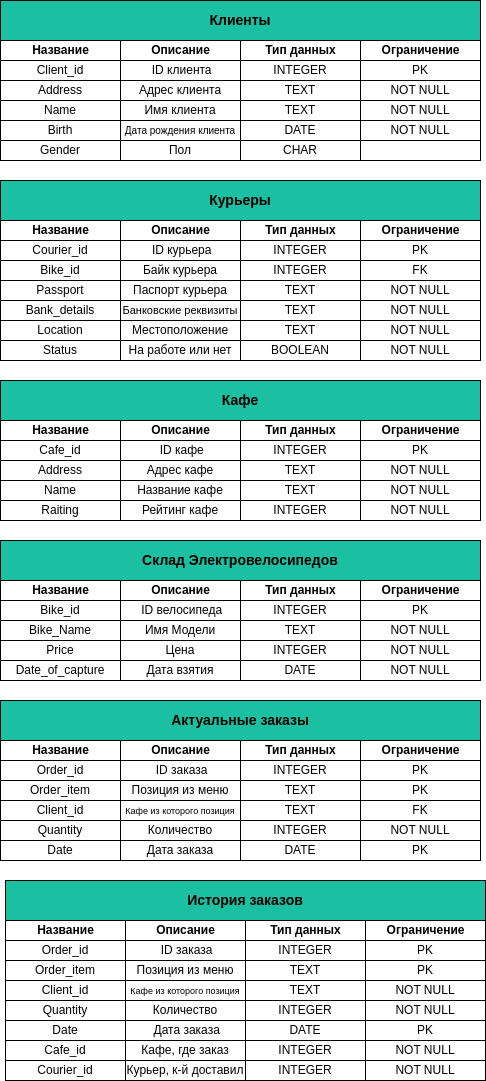
The draw.io diagram Delivery_DB_Project/Physic_Model/Physic_Model.png in fl4cko11/Data_Bases_MIPT, before a commit. Source tidied: cells renumbered, new cells last; positions are measured from the earlier drawing's top-left corner, leaving out a move shared by most shapes.
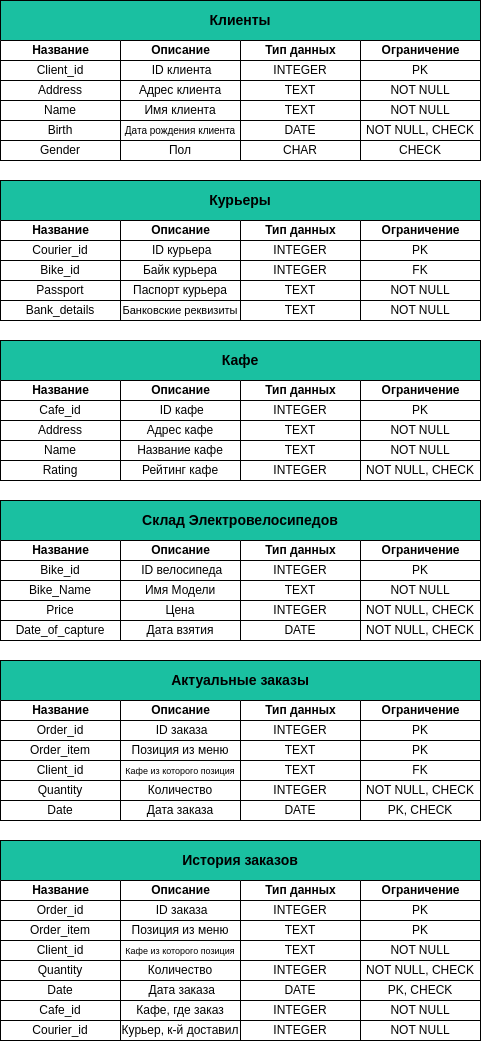
The same diagram one commit later.

The edit, as a diff of the source:
```diff
@@ -14,10 +14,10 @@
     <mxCell id="5" value="NOT NULL" style="html=1;whiteSpace=wrap;" parent="2" vertex="1">
       <mxGeometry y="60" width="120" height="20" as="geometry" />
     </mxCell>
-    <mxCell id="6" value="NOT NULL" style="html=1;whiteSpace=wrap;" parent="2" vertex="1">
+    <mxCell id="6" value="NOT NULL, CHECK" style="html=1;whiteSpace=wrap;" parent="2" vertex="1">
       <mxGeometry y="80" width="120" height="20" as="geometry" />
     </mxCell>
-    <mxCell id="7" style="html=1;whiteSpace=wrap;" parent="2" vertex="1">
+    <mxCell id="7" value="CHECK" style="html=1;whiteSpace=wrap;" parent="2" vertex="1">
       <mxGeometry y="100" width="120" height="20" as="geometry" />
     </mxCell>
     <mxCell id="8" value="&lt;b&gt;&lt;font style=&quot;font-size: 14px;&quot;&gt;Клиенты&lt;/font&gt;&lt;/b&gt;" style="html=1;whiteSpace=wrap;fillColor=#1AC0A1;" parent="1" vertex="1">
@@ -78,7 +78,7 @@
       <mxGeometry y="100" width="120" height="20" as="geometry" />
     </mxCell>
     <mxCell id="27" value="Ограничение" style="swimlane;startSize=20;html=1;" parent="1" vertex="1">
-      <mxGeometry x="360" y="220" width="120" height="140" as="geometry" />
+      <mxGeometry x="360" y="220" width="120" height="100" as="geometry" />
     </mxCell>
     <mxCell id="28" value="PK" style="html=1;whiteSpace=wrap;" parent="27" vertex="1">
       <mxGeometry y="20" width="120" height="20" as="geometry" />
@@ -92,17 +92,11 @@
     <mxCell id="31" value="NOT NULL" style="html=1;whiteSpace=wrap;" parent="27" vertex="1">
       <mxGeometry y="80" width="120" height="20" as="geometry" />
     </mxCell>
-    <mxCell id="32" value="NOT NULL" style="html=1;whiteSpace=wrap;" parent="27" vertex="1">
-      <mxGeometry y="100" width="120" height="20" as="geometry" />
-    </mxCell>
-    <mxCell id="33" value="NOT NULL" style="html=1;whiteSpace=wrap;" parent="27" vertex="1">
-      <mxGeometry y="120" width="120" height="20" as="geometry" />
-    </mxCell>
     <mxCell id="34" value="&lt;span style=&quot;font-size: 14px;&quot;&gt;&lt;b&gt;Курьеры&lt;/b&gt;&lt;/span&gt;" style="html=1;whiteSpace=wrap;fillColor=#1AC0A1;" parent="1" vertex="1">
       <mxGeometry y="180" width="480" height="40" as="geometry" />
     </mxCell>
     <mxCell id="35" value="Описание" style="swimlane;startSize=20;html=1;" parent="1" vertex="1">
-      <mxGeometry x="120" y="220" width="120" height="120" as="geometry" />
+      <mxGeometry x="120" y="220" width="120" height="100" as="geometry" />
     </mxCell>
     <mxCell id="36" value="&amp;nbsp;ID курьера" style="html=1;whiteSpace=wrap;" parent="35" vertex="1">
       <mxGeometry y="20" width="120" height="20" as="geometry" />
@@ -116,11 +110,8 @@
     <mxCell id="39" value="&lt;font style=&quot;font-size: 11px;&quot;&gt;Банковские реквизиты&lt;/font&gt;" style="html=1;whiteSpace=wrap;" parent="35" vertex="1">
       <mxGeometry y="80" width="120" height="20" as="geometry" />
     </mxCell>
-    <mxCell id="40" value="Местоположение" style="html=1;whiteSpace=wrap;" parent="35" vertex="1">
-      <mxGeometry y="100" width="120" height="20" as="geometry" />
-    </mxCell>
     <mxCell id="41" value="Тип данных" style="swimlane;startSize=20;html=1;" parent="1" vertex="1">
-      <mxGeometry x="240" y="220" width="120" height="120" as="geometry" />
+      <mxGeometry x="240" y="220" width="120" height="100" as="geometry" />
     </mxCell>
     <mxCell id="42" value="INTEGER" style="html=1;whiteSpace=wrap;" parent="41" vertex="1">
       <mxGeometry y="20" width="120" height="20" as="geometry" />
@@ -134,11 +125,8 @@
     <mxCell id="45" value="TEXT" style="html=1;whiteSpace=wrap;" parent="41" vertex="1">
       <mxGeometry y="80" width="120" height="20" as="geometry" />
     </mxCell>
-    <mxCell id="46" value="TEXT" style="html=1;whiteSpace=wrap;" parent="41" vertex="1">
-      <mxGeometry y="100" width="120" height="20" as="geometry" />
-    </mxCell>
     <mxCell id="47" value="Название" style="swimlane;startSize=20;html=1;" parent="1" vertex="1">
-      <mxGeometry y="220" width="120" height="120" as="geometry" />
+      <mxGeometry y="220" width="120" height="100" as="geometry" />
     </mxCell>
     <mxCell id="48" value="Courier_id" style="html=1;whiteSpace=wrap;" parent="47" vertex="1">
       <mxGeometry y="20" width="120" height="20" as="geometry" />
@@ -152,20 +140,8 @@
     <mxCell id="51" value="Bank_details" style="html=1;whiteSpace=wrap;" parent="47" vertex="1">
       <mxGeometry y="80" width="120" height="20" as="geometry" />
     </mxCell>
-    <mxCell id="52" value="Location" style="html=1;whiteSpace=wrap;" parent="47" vertex="1">
-      <mxGeometry y="100" width="120" height="20" as="geometry" />
-    </mxCell>
-    <mxCell id="53" value="Status" style="html=1;whiteSpace=wrap;" parent="1" vertex="1">
-      <mxGeometry y="340" width="120" height="20" as="geometry" />
-    </mxCell>
-    <mxCell id="54" value="На работе или нет" style="html=1;whiteSpace=wrap;" parent="1" vertex="1">
-      <mxGeometry x="120" y="340" width="120" height="20" as="geometry" />
-    </mxCell>
-    <mxCell id="55" value="BOOLEAN" style="html=1;whiteSpace=wrap;" parent="1" vertex="1">
-      <mxGeometry x="240" y="340" width="120" height="20" as="geometry" />
-    </mxCell>
     <mxCell id="56" value="Ограничение" style="swimlane;startSize=20;html=1;" parent="1" vertex="1">
-      <mxGeometry x="360" y="420" width="120" height="100" as="geometry" />
+      <mxGeometry x="360" y="380" width="120" height="100" as="geometry" />
     </mxCell>
     <mxCell id="57" value="PK" style="html=1;whiteSpace=wrap;" parent="56" vertex="1">
       <mxGeometry y="20" width="120" height="20" as="geometry" />
@@ -176,14 +152,14 @@
     <mxCell id="59" value="NOT NULL" style="html=1;whiteSpace=wrap;" parent="56" vertex="1">
       <mxGeometry y="60" width="120" height="20" as="geometry" />
     </mxCell>
-    <mxCell id="60" value="NOT NULL" style="html=1;whiteSpace=wrap;" parent="56" vertex="1">
+    <mxCell id="60" value="NOT NULL, CHECK" style="html=1;whiteSpace=wrap;" parent="56" vertex="1">
       <mxGeometry y="80" width="120" height="20" as="geometry" />
     </mxCell>
     <mxCell id="61" value="&lt;span style=&quot;font-size: 14px;&quot;&gt;&lt;b&gt;Кафе&lt;/b&gt;&lt;/span&gt;" style="html=1;whiteSpace=wrap;fillColor=#1AC0A1;" parent="1" vertex="1">
-      <mxGeometry y="380" width="480" height="40" as="geometry" />
+      <mxGeometry y="340" width="480" height="40" as="geometry" />
     </mxCell>
     <mxCell id="62" value="Описание" style="swimlane;startSize=20;html=1;" parent="1" vertex="1">
-      <mxGeometry x="120" y="420" width="120" height="100" as="geometry" />
+      <mxGeometry x="120" y="380" width="120" height="100" as="geometry" />
     </mxCell>
     <mxCell id="63" value="&amp;nbsp;ID кафе" style="html=1;whiteSpace=wrap;" parent="62" vertex="1">
       <mxGeometry y="20" width="120" height="20" as="geometry" />
@@ -198,7 +174,7 @@
       <mxGeometry y="80" width="120" height="20" as="geometry" />
     </mxCell>
     <mxCell id="67" value="Тип данных" style="swimlane;startSize=20;html=1;" parent="1" vertex="1">
-      <mxGeometry x="240" y="420" width="120" height="100" as="geometry" />
+      <mxGeometry x="240" y="380" width="120" height="100" as="geometry" />
     </mxCell>
     <mxCell id="68" value="INTEGER" style="html=1;whiteSpace=wrap;" parent="67" vertex="1">
       <mxGeometry y="20" width="120" height="20" as="geometry" />
@@ -213,7 +189,7 @@
       <mxGeometry y="80" width="120" height="20" as="geometry" />
     </mxCell>
     <mxCell id="72" value="Название" style="swimlane;startSize=20;html=1;" parent="1" vertex="1">
-      <mxGeometry y="420" width="120" height="100" as="geometry" />
+      <mxGeometry y="380" width="120" height="100" as="geometry" />
     </mxCell>
     <mxCell id="73" value="Cafe_id" style="html=1;whiteSpace=wrap;" parent="72" vertex="1">
       <mxGeometry y="20" width="120" height="20" as="geometry" />
@@ -224,11 +200,11 @@
     <mxCell id="75" value="Name" style="html=1;whiteSpace=wrap;" parent="72" vertex="1">
       <mxGeometry y="60" width="120" height="20" as="geometry" />
     </mxCell>
-    <mxCell id="76" value="Raiting" style="html=1;whiteSpace=wrap;" parent="72" vertex="1">
+    <mxCell id="76" value="Rating" style="html=1;whiteSpace=wrap;" parent="72" vertex="1">
       <mxGeometry y="80" width="120" height="20" as="geometry" />
     </mxCell>
     <mxCell id="77" value="Ограничение" style="swimlane;startSize=20;html=1;" parent="1" vertex="1">
-      <mxGeometry x="360" y="580" width="120" height="100" as="geometry" />
+      <mxGeometry x="360" y="540" width="120" height="100" as="geometry" />
     </mxCell>
     <mxCell id="78" value="PK" style="html=1;whiteSpace=wrap;" parent="77" vertex="1">
       <mxGeometry y="20" width="120" height="20" as="geometry" />
@@ -236,17 +212,17 @@
     <mxCell id="79" value="NOT NULL" style="html=1;whiteSpace=wrap;" parent="77" vertex="1">
       <mxGeometry y="40" width="120" height="20" as="geometry" />
     </mxCell>
-    <mxCell id="80" value="NOT NULL" style="html=1;whiteSpace=wrap;" parent="77" vertex="1">
+    <mxCell id="80" value="NOT NULL, CHECK" style="html=1;whiteSpace=wrap;" parent="77" vertex="1">
       <mxGeometry y="60" width="120" height="20" as="geometry" />
     </mxCell>
-    <mxCell id="81" value="NOT NULL" style="html=1;whiteSpace=wrap;" parent="77" vertex="1">
+    <mxCell id="81" value="NOT NULL, CHECK" style="html=1;whiteSpace=wrap;" parent="77" vertex="1">
       <mxGeometry y="80" width="120" height="20" as="geometry" />
     </mxCell>
     <mxCell id="82" value="&lt;span style=&quot;font-size: 14px;&quot;&gt;&lt;b&gt;Склад Электровелосипедов&lt;/b&gt;&lt;/span&gt;" style="html=1;whiteSpace=wrap;fillColor=#1AC0A1;" parent="1" vertex="1">
-      <mxGeometry y="540" width="480" height="40" as="geometry" />
+      <mxGeometry y="500" width="480" height="40" as="geometry" />
     </mxCell>
     <mxCell id="83" value="Описание" style="swimlane;startSize=20;html=1;" parent="1" vertex="1">
-      <mxGeometry x="120" y="580" width="120" height="100" as="geometry" />
+      <mxGeometry x="120" y="540" width="120" height="100" as="geometry" />
     </mxCell>
     <mxCell id="84" value="&amp;nbsp;ID велосипеда" style="html=1;whiteSpace=wrap;" parent="83" vertex="1">
       <mxGeometry y="20" width="120" height="20" as="geometry" />
@@ -261,7 +237,7 @@
       <mxGeometry y="80" width="120" height="20" as="geometry" />
     </mxCell>
     <mxCell id="88" value="Тип данных" style="swimlane;startSize=20;html=1;" parent="1" vertex="1">
-      <mxGeometry x="240" y="580" width="120" height="100" as="geometry" />
+      <mxGeometry x="240" y="540" width="120" height="100" as="geometry" />
     </mxCell>
     <mxCell id="89" value="INTEGER" style="html=1;whiteSpace=wrap;" parent="88" vertex="1">
       <mxGeometry y="20" width="120" height="20" as="geometry" />
@@ -276,7 +252,7 @@
       <mxGeometry y="80" width="120" height="20" as="geometry" />
     </mxCell>
     <mxCell id="93" value="Название" style="swimlane;startSize=20;html=1;" parent="1" vertex="1">
-      <mxGeometry y="580" width="120" height="100" as="geometry" />
+      <mxGeometry y="540" width="120" height="100" as="geometry" />
     </mxCell>
     <mxCell id="94" value="Bike_id" style="html=1;whiteSpace=wrap;" parent="93" vertex="1">
       <mxGeometry y="20" width="120" height="20" as="geometry" />
@@ -291,7 +267,7 @@
       <mxGeometry y="80" width="120" height="20" as="geometry" />
     </mxCell>
     <mxCell id="98" value="Ограничение" style="swimlane;startSize=20;html=1;" parent="1" vertex="1">
-      <mxGeometry x="360" y="740" width="120" height="100" as="geometry" />
+      <mxGeometry x="360" y="700" width="120" height="100" as="geometry" />
     </mxCell>
     <mxCell id="99" value="PK" style="html=1;whiteSpace=wrap;" parent="98" vertex="1">
       <mxGeometry y="20" width="120" height="20" as="geometry" />
@@ -302,14 +278,14 @@
     <mxCell id="101" value="FK" style="html=1;whiteSpace=wrap;" parent="98" vertex="1">
       <mxGeometry y="60" width="120" height="20" as="geometry" />
     </mxCell>
-    <mxCell id="102" value="NOT NULL" style="html=1;whiteSpace=wrap;" parent="98" vertex="1">
+    <mxCell id="102" value="NOT NULL, CHECK" style="html=1;whiteSpace=wrap;" parent="98" vertex="1">
       <mxGeometry y="80" width="120" height="20" as="geometry" />
     </mxCell>
     <mxCell id="103" value="&lt;span style=&quot;font-size: 14px;&quot;&gt;&lt;b&gt;Актуальные заказы&lt;/b&gt;&lt;/span&gt;" style="html=1;whiteSpace=wrap;fillColor=#1AC0A1;" parent="1" vertex="1">
-      <mxGeometry y="700" width="480" height="40" as="geometry" />
+      <mxGeometry y="660" width="480" height="40" as="geometry" />
     </mxCell>
     <mxCell id="104" value="Описание" style="swimlane;startSize=20;html=1;" parent="1" vertex="1">
-      <mxGeometry x="120" y="740" width="120" height="100" as="geometry" />
+      <mxGeometry x="120" y="700" width="120" height="100" as="geometry" />
     </mxCell>
     <mxCell id="105" value="&amp;nbsp;ID заказа" style="html=1;whiteSpace=wrap;" parent="104" vertex="1">
       <mxGeometry y="20" width="120" height="20" as="geometry" />
@@ -324,7 +300,7 @@
       <mxGeometry y="80" width="120" height="20" as="geometry" />
     </mxCell>
     <mxCell id="109" value="Тип данных" style="swimlane;startSize=20;html=1;" parent="1" vertex="1">
-      <mxGeometry x="240" y="740" width="120" height="100" as="geometry" />
+      <mxGeometry x="240" y="700" width="120" height="100" as="geometry" />
     </mxCell>
     <mxCell id="110" value="INTEGER" style="html=1;whiteSpace=wrap;" parent="109" vertex="1">
       <mxGeometry y="20" width="120" height="20" as="geometry" />
@@ -339,7 +315,7 @@
       <mxGeometry y="80" width="120" height="20" as="geometry" />
     </mxCell>
     <mxCell id="114" value="Название" style="swimlane;startSize=20;html=1;" parent="1" vertex="1">
-      <mxGeometry y="740" width="120" height="100" as="geometry" />
+      <mxGeometry y="700" width="120" height="100" as="geometry" />
     </mxCell>
     <mxCell id="115" value="Order_id" style="html=1;whiteSpace=wrap;" parent="114" vertex="1">
       <mxGeometry y="20" width="120" height="20" as="geometry" />
@@ -354,19 +330,19 @@
       <mxGeometry y="80" width="120" height="20" as="geometry" />
     </mxCell>
     <mxCell id="119" value="Date" style="html=1;whiteSpace=wrap;" parent="1" vertex="1">
-      <mxGeometry y="840" width="120" height="20" as="geometry" />
+      <mxGeometry y="800" width="120" height="20" as="geometry" />
     </mxCell>
     <mxCell id="120" value="Дата заказа" style="html=1;whiteSpace=wrap;" parent="1" vertex="1">
-      <mxGeometry x="120" y="840" width="120" height="20" as="geometry" />
+      <mxGeometry x="120" y="800" width="120" height="20" as="geometry" />
     </mxCell>
     <mxCell id="121" value="DATE" style="html=1;whiteSpace=wrap;" parent="1" vertex="1">
-      <mxGeometry x="240" y="840" width="120" height="20" as="geometry" />
+      <mxGeometry x="240" y="800" width="120" height="20" as="geometry" />
     </mxCell>
-    <mxCell id="122" value="PK" style="html=1;whiteSpace=wrap;" parent="1" vertex="1">
-      <mxGeometry x="360" y="840" width="120" height="20" as="geometry" />
+    <mxCell id="122" value="PK, CHECK" style="html=1;whiteSpace=wrap;" parent="1" vertex="1">
+      <mxGeometry x="360" y="800" width="120" height="20" as="geometry" />
     </mxCell>
     <mxCell id="123" value="Ограничение" style="swimlane;startSize=20;html=1;" parent="1" vertex="1">
-      <mxGeometry x="365" y="920" width="120" height="100" as="geometry" />
+      <mxGeometry x="360" y="880" width="120" height="100" as="geometry" />
     </mxCell>
     <mxCell id="124" value="PK" style="html=1;whiteSpace=wrap;" parent="123" vertex="1">
       <mxGeometry y="20" width="120" height="20" as="geometry" />
@@ -377,14 +353,14 @@
     <mxCell id="126" value="NOT NULL" style="html=1;whiteSpace=wrap;" parent="123" vertex="1">
       <mxGeometry y="60" width="120" height="20" as="geometry" />
     </mxCell>
-    <mxCell id="127" value="NOT NULL" style="html=1;whiteSpace=wrap;" parent="123" vertex="1">
+    <mxCell id="127" value="NOT NULL, CHECK" style="html=1;whiteSpace=wrap;" parent="123" vertex="1">
       <mxGeometry y="80" width="120" height="20" as="geometry" />
     </mxCell>
     <mxCell id="128" value="&lt;span style=&quot;font-size: 14px;&quot;&gt;&lt;b&gt;История заказов&lt;/b&gt;&lt;/span&gt;" style="html=1;whiteSpace=wrap;fillColor=#1AC0A1;" parent="1" vertex="1">
-      <mxGeometry x="5" y="880" width="480" height="40" as="geometry" />
+      <mxGeometry y="840" width="480" height="40" as="geometry" />
     </mxCell>
     <mxCell id="129" value="Описание" style="swimlane;startSize=20;html=1;" parent="1" vertex="1">
-      <mxGeometry x="125" y="920" width="120" height="100" as="geometry" />
+      <mxGeometry x="120" y="880" width="120" height="100" as="geometry" />
     </mxCell>
     <mxCell id="130" value="&amp;nbsp;ID заказа" style="html=1;whiteSpace=wrap;" parent="129" vertex="1">
       <mxGeometry y="20" width="120" height="20" as="geometry" />
@@ -399,7 +375,7 @@
       <mxGeometry y="80" width="120" height="20" as="geometry" />
     </mxCell>
     <mxCell id="134" value="Тип данных" style="swimlane;startSize=20;html=1;" parent="1" vertex="1">
-      <mxGeometry x="245" y="920" width="120" height="100" as="geometry" />
+      <mxGeometry x="240" y="880" width="120" height="100" as="geometry" />
     </mxCell>
     <mxCell id="135" value="INTEGER" style="html=1;whiteSpace=wrap;" parent="134" vertex="1">
       <mxGeometry y="20" width="120" height="20" as="geometry" />
@@ -414,7 +390,7 @@
       <mxGeometry y="80" width="120" height="20" as="geometry" />
     </mxCell>
     <mxCell id="139" value="Название" style="swimlane;startSize=20;html=1;" parent="1" vertex="1">
-      <mxGeometry x="5" y="920" width="120" height="100" as="geometry" />
+      <mxGeometry y="880" width="120" height="100" as="geometry" />
     </mxCell>
     <mxCell id="140" value="Order_id" style="html=1;whiteSpace=wrap;" parent="139" vertex="1">
       <mxGeometry y="20" width="120" height="20" as="geometry" />
@@ -429,40 +405,40 @@
       <mxGeometry y="80" width="120" height="20" as="geometry" />
     </mxCell>
     <mxCell id="144" value="Date" style="html=1;whiteSpace=wrap;" parent="1" vertex="1">
-      <mxGeometry x="5" y="1020" width="120" height="20" as="geometry" />
+      <mxGeometry y="980" width="120" height="20" as="geometry" />
     </mxCell>
     <mxCell id="145" value="&amp;nbsp;Дата заказа" style="html=1;whiteSpace=wrap;" parent="1" vertex="1">
-      <mxGeometry x="125" y="1020" width="120" height="20" as="geometry" />
+      <mxGeometry x="120" y="980" width="120" height="20" as="geometry" />
     </mxCell>
     <mxCell id="146" value="DATE" style="html=1;whiteSpace=wrap;" parent="1" vertex="1">
-      <mxGeometry x="245" y="1020" width="120" height="20" as="geometry" />
+      <mxGeometry x="240" y="980" width="120" height="20" as="geometry" />
     </mxCell>
-    <mxCell id="147" value="PK" style="html=1;whiteSpace=wrap;" parent="1" vertex="1">
-      <mxGeometry x="365" y="1020" width="120" height="20" as="geometry" />
+    <mxCell id="147" value="PK, CHECK" style="html=1;whiteSpace=wrap;" parent="1" vertex="1">
+      <mxGeometry x="360" y="980" width="120" height="20" as="geometry" />
     </mxCell>
     <mxCell id="148" value="Cafe_id" style="html=1;whiteSpace=wrap;" parent="1" vertex="1">
-      <mxGeometry x="5" y="1040" width="120" height="20" as="geometry" />
+      <mxGeometry y="1000" width="120" height="20" as="geometry" />
     </mxCell>
     <mxCell id="149" value="Кафе, где заказ" style="html=1;whiteSpace=wrap;" parent="1" vertex="1">
-      <mxGeometry x="125" y="1040" width="120" height="20" as="geometry" />
+      <mxGeometry x="120" y="1000" width="120" height="20" as="geometry" />
     </mxCell>
     <mxCell id="150" value="INTEGER" style="html=1;whiteSpace=wrap;" parent="1" vertex="1">
-      <mxGeometry x="245" y="1040" width="120" height="20" as="geometry" />
+      <mxGeometry x="240" y="1000" width="120" height="20" as="geometry" />
     </mxCell>
     <mxCell id="151" value="NOT NULL" style="html=1;whiteSpace=wrap;" parent="1" vertex="1">
-      <mxGeometry x="365" y="1040" width="120" height="20" as="geometry" />
+      <mxGeometry x="360" y="1000" width="120" height="20" as="geometry" />
     </mxCell>
     <mxCell id="152" value="Courier_id" style="html=1;whiteSpace=wrap;" parent="1" vertex="1">
-      <mxGeometry x="5" y="1060" width="120" height="20" as="geometry" />
+      <mxGeometry y="1020" width="120" height="20" as="geometry" />
     </mxCell>
     <mxCell id="153" value="Курьер, к-й доставил" style="html=1;whiteSpace=wrap;" parent="1" vertex="1">
-      <mxGeometry x="125" y="1060" width="120" height="20" as="geometry" />
+      <mxGeometry x="120" y="1020" width="120" height="20" as="geometry" />
     </mxCell>
     <mxCell id="154" value="INTEGER" style="html=1;whiteSpace=wrap;" parent="1" vertex="1">
-      <mxGeometry x="245" y="1060" width="120" height="20" as="geometry" />
+      <mxGeometry x="240" y="1020" width="120" height="20" as="geometry" />
     </mxCell>
     <mxCell id="155" value="NOT NULL" style="html=1;whiteSpace=wrap;" parent="1" vertex="1">
-      <mxGeometry x="365" y="1060" width="120" height="20" as="geometry" />
+      <mxGeometry x="360" y="1020" width="120" height="20" as="geometry" />
     </mxCell>
   </root>
 </mxGraphModel>
```
